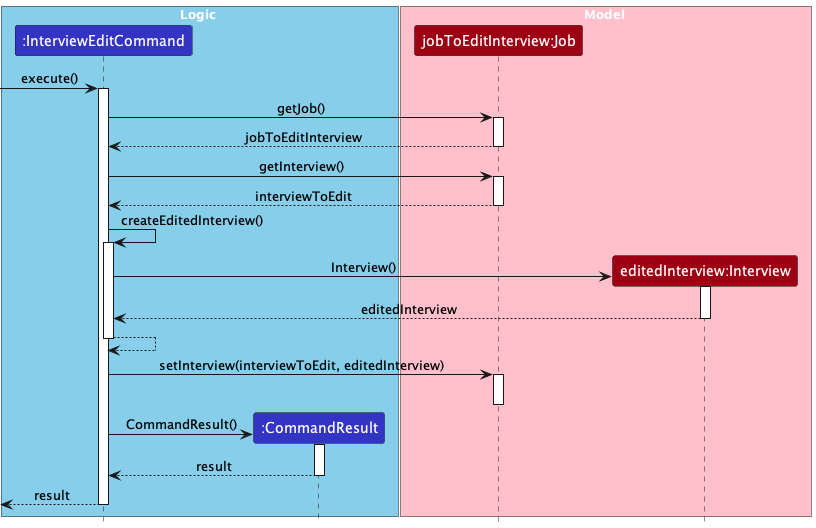
This is docs/images/developer-guide/InterviewEditCommandSequenceDiagram.png from nus-cs2103-AY2324S1/tp, a PlantUML export, as it was before one commit. Source of this version:
```plantuml
@startuml
!include ../style.puml
skinparam ArrowFontStyle plain

box Logic #skyblue
Participant ":InterviewEditCommand" as iec LOGIC_COLOR
Participant ":CommandResult" as cr LOGIC_COLOR
end box

box Model #pink
Participant "jobToEditInterview:Job" as j MODEL_COLOR
Participant "editedInterview:Interview" as i MODEL_COLOR
end box

[-> iec ++: execute()
iec -> j ++: getJob()
j --> iec--: jobToEditInterview

iec -> j ++: getInterview()
j --> iec--: interviewToEdit

iec -> iec: createEditedInterview()
activate iec
create i
iec -> i ++: Interview()
i --> iec --: editedInterview
iec --> iec

deactivate iec

iec -> j ++: setInterview(interviewToEdit, editedInterview)
deactivate j

create cr
iec -> cr ++: CommandResult()
cr -->iec --: result
iec -->[ --: result

@enduml
```
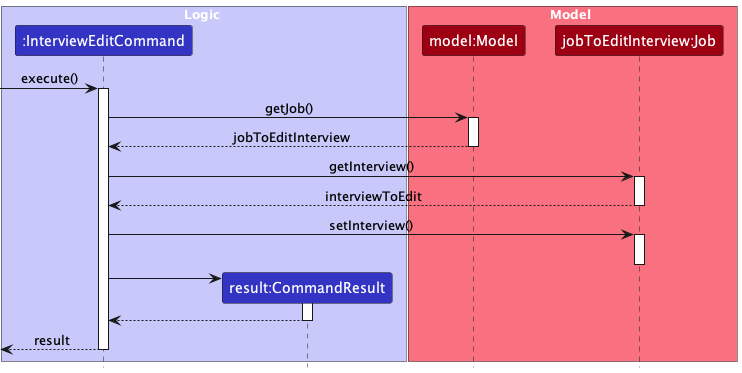
The same diagram one commit later.

The edit, as a diff of the source:
```diff
@@ -2,38 +2,26 @@
 !include ../style.puml
 skinparam ArrowFontStyle plain
 
-box Logic #skyblue
+box Logic LOGIC_COLOR_T1
 Participant ":InterviewEditCommand" as iec LOGIC_COLOR
-Participant ":CommandResult" as cr LOGIC_COLOR
+Participant "result:CommandResult" as cr LOGIC_COLOR
 end box
 
-box Model #pink
+box Model MODEL_COLOR_T1
+Participant "model:Model" as m MODEL_COLOR
 Participant "jobToEditInterview:Job" as j MODEL_COLOR
-Participant "editedInterview:Interview" as i MODEL_COLOR
 end box
 
 [-> iec ++: execute()
-iec -> j ++: getJob()
-j --> iec--: jobToEditInterview
-
+iec -> m ++: getJob()
+m --> iec--: jobToEditInterview
 iec -> j ++: getInterview()
 j --> iec--: interviewToEdit
-
-iec -> iec: createEditedInterview()
-activate iec
-create i
-iec -> i ++: Interview()
-i --> iec --: editedInterview
-iec --> iec
-
-deactivate iec
-
-iec -> j ++: setInterview(interviewToEdit, editedInterview)
+iec -> j ++: setInterview()
 deactivate j
-
 create cr
-iec -> cr ++: CommandResult()
-cr -->iec --: result
+iec -> cr ++
+cr --> iec --
 iec -->[ --: result
 
 @enduml
```
